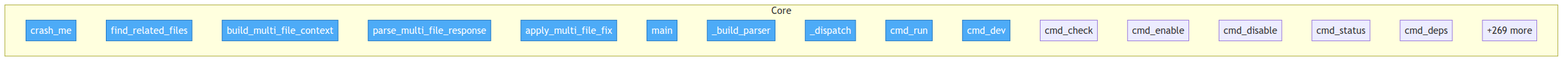
Earlier version of the Mermaid export project/flow.png (semcod/pfix). Its source is kept beside it as project/flow.mmd.
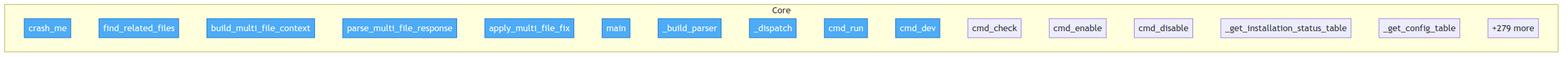
After the change.

The edit, as a diff of the source:
```diff
@@ -16,9 +16,9 @@
         src__pfix__cli__cmd_check["cmd_check"]
         src__pfix__cli__cmd_enable["cmd_enable"]
         src__pfix__cli__cmd_disable["cmd_disable"]
-        src__pfix__cli__cmd_status["cmd_status"]
-        src__pfix__cli__cmd_deps["cmd_deps"]
-        ...["+269 more"]
+        src__pfix__cli___get_installation_status_table["_get_installation_status_table"]
+        src__pfix__cli___get_config_table["_get_config_table"]
+        ...["+279 more"]
     end
 
     class verify_runtime__crash_me,src__pfix__multi_fix__find_related_files,src__pfix__multi_fix__build_multi_file_context,src__pfix__multi_fix__parse_multi_file_response,src__pfix__multi_fix__apply_multi_file_fix,src__pfix__cli__main,src__pfix__cli___build_parser,src__pfix__cli___dispatch,src__pfix__cli__cmd_run,src__pfix__cli__cmd_dev entry
```
